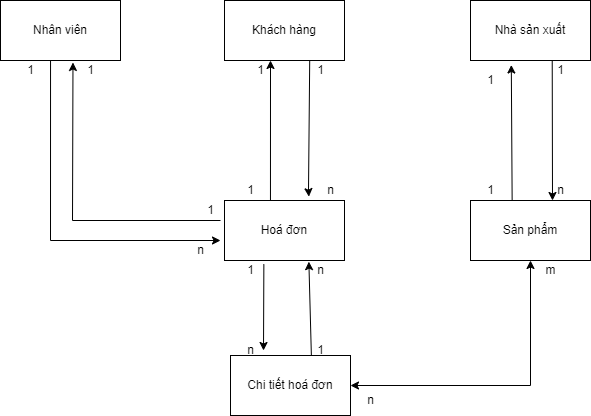
Before: entity_relationship_diagram/sơ đồ quan hệ bán hàng.drawio.png, a diagram exported from draw.io (Lavie92/j2team-school). Source tidied: cells renumbered, new cells last; positions are measured from the earlier drawing's top-left corner, leaving out a move shared by most shapes. Its diagram source:
```xml
<mxGraphModel>
  <root>
    <mxCell id="0" />
    <mxCell id="1" parent="0" />
    <mxCell id="2" style="edgeStyle=orthogonalEdgeStyle;rounded=0;jettySize=auto;html=1;exitX=1;exitY=0.5;exitDx=0;exitDy=0;" parent="1" edge="1" source="3">
      <mxGeometry relative="1" as="geometry">
        <mxPoint x="90" y="20" as="targetPoint" />
      </mxGeometry>
    </mxCell>
    <mxCell id="3" value="Nhân viên" style="whiteSpace=wrap;html=1;" parent="1" vertex="1">
      <mxGeometry width="120" height="60" as="geometry" />
    </mxCell>
    <mxCell id="4" value="Khách hàng" style="whiteSpace=wrap;html=1;" parent="1" vertex="1">
      <mxGeometry x="224" width="120" height="60" as="geometry" />
    </mxCell>
    <mxCell id="5" value="Nhà sản xuất" style="whiteSpace=wrap;html=1;" parent="1" vertex="1">
      <mxGeometry x="470" width="120" height="60" as="geometry" />
    </mxCell>
    <mxCell id="6" value="Sản phẩm" style="whiteSpace=wrap;html=1;" parent="1" vertex="1">
      <mxGeometry x="470" y="200" width="120" height="60" as="geometry" />
    </mxCell>
    <mxCell id="7" value="Hoá đơn" style="whiteSpace=wrap;html=1;" parent="1" vertex="1">
      <mxGeometry x="224" y="200" width="120" height="60" as="geometry" />
    </mxCell>
    <mxCell id="8" value="Chi tiết hoá đơn" style="whiteSpace=wrap;html=1;" parent="1" vertex="1">
      <mxGeometry x="230" y="355" width="120" height="60" as="geometry" />
    </mxCell>
    <mxCell id="9" value="1" style="text;html=1;align=center;verticalAlign=middle;strokeColor=none;fillColor=none;" parent="1" vertex="1">
      <mxGeometry x="480" y="70" width="20" height="20" as="geometry" />
    </mxCell>
    <mxCell id="10" value="1" style="text;html=1;align=center;verticalAlign=middle;strokeColor=none;fillColor=none;" parent="1" vertex="1">
      <mxGeometry x="480" y="180" width="20" height="20" as="geometry" />
    </mxCell>
    <mxCell id="11" style="endArrow=classic;html=1;rounded=0;entryX=0.34;entryY=1.075;entryDx=0;entryDy=0;entryPerimeter=0;exitX=0.347;exitY=-0.008;exitDx=0;exitDy=0;exitPerimeter=0;" parent="1" edge="1" source="6" target="5">
      <mxGeometry relative="1" as="geometry" />
    </mxCell>
    <mxCell id="12" style="endArrow=classic;html=1;rounded=0;exitX=0.681;exitY=0.992;exitDx=0;exitDy=0;exitPerimeter=0;" parent="1" edge="1" source="5">
      <mxGeometry relative="1" as="geometry">
        <mxPoint x="552" y="200" as="targetPoint" />
      </mxGeometry>
    </mxCell>
    <mxCell id="13" value="1" style="text;html=1;align=center;verticalAlign=middle;strokeColor=none;fillColor=none;" parent="1" vertex="1">
      <mxGeometry x="550" y="60" width="20" height="20" as="geometry" />
    </mxCell>
    <mxCell id="14" value="n" style="text;html=1;align=center;verticalAlign=middle;strokeColor=none;fillColor=none;" parent="1" vertex="1">
      <mxGeometry x="550" y="180" width="20" height="20" as="geometry" />
    </mxCell>
    <mxCell id="15" style="endArrow=classic;html=1;rounded=0;exitX=0.383;exitY=0;exitDx=0;exitDy=0;exitPerimeter=0;" parent="1" edge="1" source="7">
      <mxGeometry relative="1" as="geometry">
        <mxPoint x="270" y="60" as="targetPoint" />
      </mxGeometry>
    </mxCell>
    <mxCell id="16" value="1" style="text;html=1;align=center;verticalAlign=middle;strokeColor=none;fillColor=none;" parent="1" vertex="1">
      <mxGeometry x="240" y="180" width="20" height="20" as="geometry" />
    </mxCell>
    <mxCell id="17" value="1" style="text;html=1;align=center;verticalAlign=middle;strokeColor=none;fillColor=none;" parent="1" vertex="1">
      <mxGeometry x="250" y="60" width="20" height="20" as="geometry" />
    </mxCell>
    <mxCell id="18" style="endArrow=classic;html=1;rounded=0;entryX=0.703;entryY=-0.064;entryDx=0;entryDy=0;entryPerimeter=0;exitX=0.71;exitY=1.006;exitDx=0;exitDy=0;exitPerimeter=0;" parent="1" edge="1" source="4" target="7">
      <mxGeometry relative="1" as="geometry">
        <Array as="points">
          <mxPoint x="308" y="190" />
        </Array>
      </mxGeometry>
    </mxCell>
    <mxCell id="19" value="1" style="text;html=1;align=center;verticalAlign=middle;strokeColor=none;fillColor=none;" parent="1" vertex="1">
      <mxGeometry x="310" y="60" width="20" height="20" as="geometry" />
    </mxCell>
    <mxCell id="20" value="n" style="text;html=1;align=center;verticalAlign=middle;strokeColor=none;fillColor=none;" parent="1" vertex="1">
      <mxGeometry x="320" y="180" width="20" height="20" as="geometry" />
    </mxCell>
    <mxCell id="21" style="endArrow=classic;html=1;rounded=0;exitX=0.417;exitY=1;exitDx=0;exitDy=0;exitPerimeter=0;" parent="1" edge="1" source="3">
      <mxGeometry relative="1" as="geometry">
        <mxPoint x="220" y="240" as="targetPoint" />
        <Array as="points">
          <mxPoint x="50" y="240" />
        </Array>
      </mxGeometry>
    </mxCell>
    <mxCell id="22" style="endArrow=classic;html=1;rounded=0;entryX=0.604;entryY=1.033;entryDx=0;entryDy=0;entryPerimeter=0;" parent="1" edge="1" target="3">
      <mxGeometry relative="1" as="geometry">
        <mxPoint x="220" y="220" as="sourcePoint" />
        <Array as="points">
          <mxPoint x="72" y="220" />
        </Array>
      </mxGeometry>
    </mxCell>
    <mxCell id="23" value="n" style="text;html=1;align=center;verticalAlign=middle;strokeColor=none;fillColor=none;" parent="1" vertex="1">
      <mxGeometry x="190" y="240" width="20" height="20" as="geometry" />
    </mxCell>
    <mxCell id="24" value="1" style="text;html=1;align=center;verticalAlign=middle;strokeColor=none;fillColor=none;" parent="1" vertex="1">
      <mxGeometry x="20" y="60" width="20" height="20" as="geometry" />
    </mxCell>
    <mxCell id="25" value="1" style="text;html=1;align=center;verticalAlign=middle;strokeColor=none;fillColor=none;" parent="1" vertex="1">
      <mxGeometry x="80" y="60" width="20" height="20" as="geometry" />
    </mxCell>
    <mxCell id="26" value="1" style="text;html=1;align=center;verticalAlign=middle;strokeColor=none;fillColor=none;" parent="1" vertex="1">
      <mxGeometry x="200" y="200" width="20" height="20" as="geometry" />
    </mxCell>
    <mxCell id="27" style="endArrow=classic;html=1;rounded=0;exitX=0.328;exitY=1.061;exitDx=0;exitDy=0;exitPerimeter=0;" parent="1" edge="1" source="7">
      <mxGeometry relative="1" as="geometry">
        <mxPoint x="263" y="350" as="targetPoint" />
      </mxGeometry>
    </mxCell>
    <mxCell id="28" value="1" style="text;html=1;align=center;verticalAlign=middle;strokeColor=none;fillColor=none;" parent="1" vertex="1">
      <mxGeometry x="240" y="260" width="20" height="20" as="geometry" />
    </mxCell>
    <mxCell id="29" value="n" style="text;html=1;align=center;verticalAlign=middle;strokeColor=none;fillColor=none;" parent="1" vertex="1">
      <mxGeometry x="240" y="340" width="20" height="20" as="geometry" />
    </mxCell>
    <mxCell id="30" style="endArrow=classic;html=1;rounded=0;exitX=0.674;exitY=0.006;exitDx=0;exitDy=0;exitPerimeter=0;entryX=0.703;entryY=1.019;entryDx=0;entryDy=0;entryPerimeter=0;" parent="1" edge="1" source="8" target="7">
      <mxGeometry relative="1" as="geometry" />
    </mxCell>
    <mxCell id="31" value="1" style="text;html=1;align=center;verticalAlign=middle;strokeColor=none;fillColor=none;" parent="1" vertex="1">
      <mxGeometry x="310" y="340" width="20" height="20" as="geometry" />
    </mxCell>
    <mxCell id="32" value="n" style="text;html=1;align=center;verticalAlign=middle;strokeColor=none;fillColor=none;" parent="1" vertex="1">
      <mxGeometry x="310" y="260" width="20" height="20" as="geometry" />
    </mxCell>
    <mxCell id="33" style="endArrow=classic;startArrow=classic;html=1;rounded=0;entryX=0.5;entryY=1;entryDx=0;entryDy=0;exitX=1;exitY=0.5;exitDx=0;exitDy=0;" parent="1" edge="1" source="8" target="6">
      <mxGeometry relative="1" as="geometry">
        <Array as="points">
          <mxPoint x="530" y="385" />
        </Array>
      </mxGeometry>
    </mxCell>
    <mxCell id="34" value="m" style="text;html=1;align=center;verticalAlign=middle;strokeColor=none;fillColor=none;" parent="1" vertex="1">
      <mxGeometry x="535" y="260" width="30" height="20" as="geometry" />
    </mxCell>
    <mxCell id="35" value="n" style="text;html=1;align=center;verticalAlign=middle;strokeColor=none;fillColor=none;" parent="1" vertex="1">
      <mxGeometry x="360" y="390" width="20" height="20" as="geometry" />
    </mxCell>
  </root>
</mxGraphModel>
```
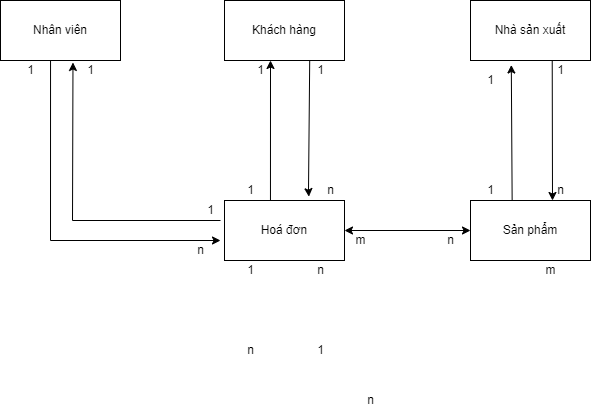
Later version of the same file.

What changed in the source:
```diff
@@ -22,9 +22,6 @@
     <mxCell id="7" value="Hoá đơn" style="whiteSpace=wrap;html=1;" parent="1" vertex="1">
       <mxGeometry x="224" y="200" width="120" height="60" as="geometry" />
     </mxCell>
-    <mxCell id="8" value="Chi tiết hoá đơn" style="whiteSpace=wrap;html=1;" parent="1" vertex="1">
-      <mxGeometry x="230" y="355" width="120" height="60" as="geometry" />
-    </mxCell>
     <mxCell id="9" value="1" style="text;html=1;align=center;verticalAlign=middle;strokeColor=none;fillColor=none;" parent="1" vertex="1">
       <mxGeometry x="480" y="70" width="20" height="20" as="geometry" />
     </mxCell>
@@ -97,38 +94,32 @@
     <mxCell id="26" value="1" style="text;html=1;align=center;verticalAlign=middle;strokeColor=none;fillColor=none;" parent="1" vertex="1">
       <mxGeometry x="200" y="200" width="20" height="20" as="geometry" />
     </mxCell>
-    <mxCell id="27" style="endArrow=classic;html=1;rounded=0;exitX=0.328;exitY=1.061;exitDx=0;exitDy=0;exitPerimeter=0;" parent="1" edge="1" source="7">
-      <mxGeometry relative="1" as="geometry">
-        <mxPoint x="263" y="350" as="targetPoint" />
-      </mxGeometry>
-    </mxCell>
     <mxCell id="28" value="1" style="text;html=1;align=center;verticalAlign=middle;strokeColor=none;fillColor=none;" parent="1" vertex="1">
       <mxGeometry x="240" y="260" width="20" height="20" as="geometry" />
     </mxCell>
     <mxCell id="29" value="n" style="text;html=1;align=center;verticalAlign=middle;strokeColor=none;fillColor=none;" parent="1" vertex="1">
       <mxGeometry x="240" y="340" width="20" height="20" as="geometry" />
     </mxCell>
-    <mxCell id="30" style="endArrow=classic;html=1;rounded=0;exitX=0.674;exitY=0.006;exitDx=0;exitDy=0;exitPerimeter=0;entryX=0.703;entryY=1.019;entryDx=0;entryDy=0;entryPerimeter=0;" parent="1" edge="1" source="8" target="7">
-      <mxGeometry relative="1" as="geometry" />
-    </mxCell>
     <mxCell id="31" value="1" style="text;html=1;align=center;verticalAlign=middle;strokeColor=none;fillColor=none;" parent="1" vertex="1">
       <mxGeometry x="310" y="340" width="20" height="20" as="geometry" />
     </mxCell>
     <mxCell id="32" value="n" style="text;html=1;align=center;verticalAlign=middle;strokeColor=none;fillColor=none;" parent="1" vertex="1">
       <mxGeometry x="310" y="260" width="20" height="20" as="geometry" />
     </mxCell>
-    <mxCell id="33" style="endArrow=classic;startArrow=classic;html=1;rounded=0;entryX=0.5;entryY=1;entryDx=0;entryDy=0;exitX=1;exitY=0.5;exitDx=0;exitDy=0;" parent="1" edge="1" source="8" target="6">
-      <mxGeometry relative="1" as="geometry">
-        <Array as="points">
-          <mxPoint x="530" y="385" />
-        </Array>
-      </mxGeometry>
-    </mxCell>
     <mxCell id="34" value="m" style="text;html=1;align=center;verticalAlign=middle;strokeColor=none;fillColor=none;" parent="1" vertex="1">
       <mxGeometry x="535" y="260" width="30" height="20" as="geometry" />
     </mxCell>
     <mxCell id="35" value="n" style="text;html=1;align=center;verticalAlign=middle;strokeColor=none;fillColor=none;" parent="1" vertex="1">
       <mxGeometry x="360" y="390" width="20" height="20" as="geometry" />
     </mxCell>
+    <mxCell id="36" style="endArrow=classic;startArrow=classic;html=1;rounded=0;entryX=0;entryY=0.5;entryDx=0;entryDy=0;exitX=1;exitY=0.5;exitDx=0;exitDy=0;" parent="1" edge="1" source="7" target="6">
+      <mxGeometry relative="1" as="geometry" />
+    </mxCell>
+    <mxCell id="37" value="m" style="text;html=1;align=center;verticalAlign=middle;strokeColor=none;fillColor=none;" parent="1" vertex="1">
+      <mxGeometry x="345" y="230" width="30" height="20" as="geometry" />
+    </mxCell>
+    <mxCell id="38" value="n" style="text;html=1;align=center;verticalAlign=middle;strokeColor=none;fillColor=none;" parent="1" vertex="1">
+      <mxGeometry x="440" y="230" width="20" height="20" as="geometry" />
+    </mxCell>
   </root>
 </mxGraphModel>
```
